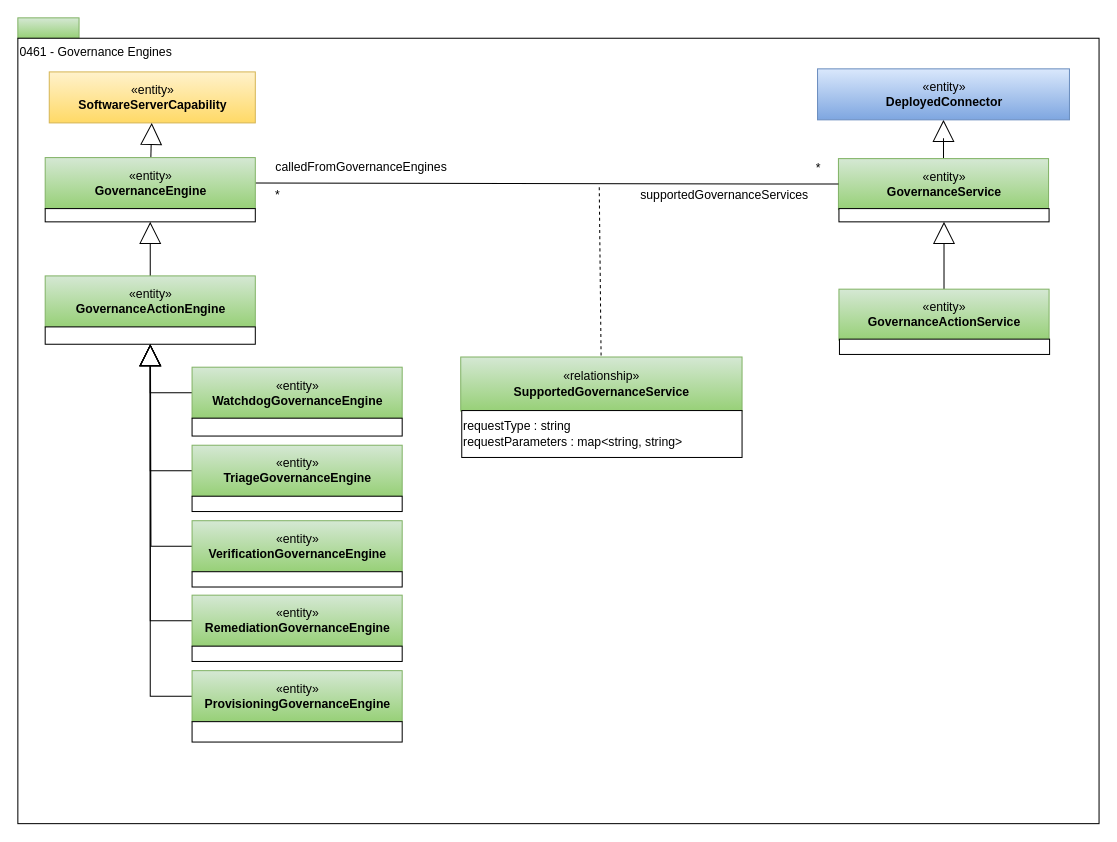
The draw.io diagram page "0461-Governance-Engines" (21 of 28) of open-metadata-publication/website/open-metadata-types/area-4-governance.drawio in odpi/egeria, before the edit. Source tidied: cells renumbered, new cells numbered last; positions are measured from the earlier drawing's top-left corner, leaving out a move shared by most shapes. Both pictures are drawn from the tidied source at 102%, with x=0, y=0 at pixel (17, 17).
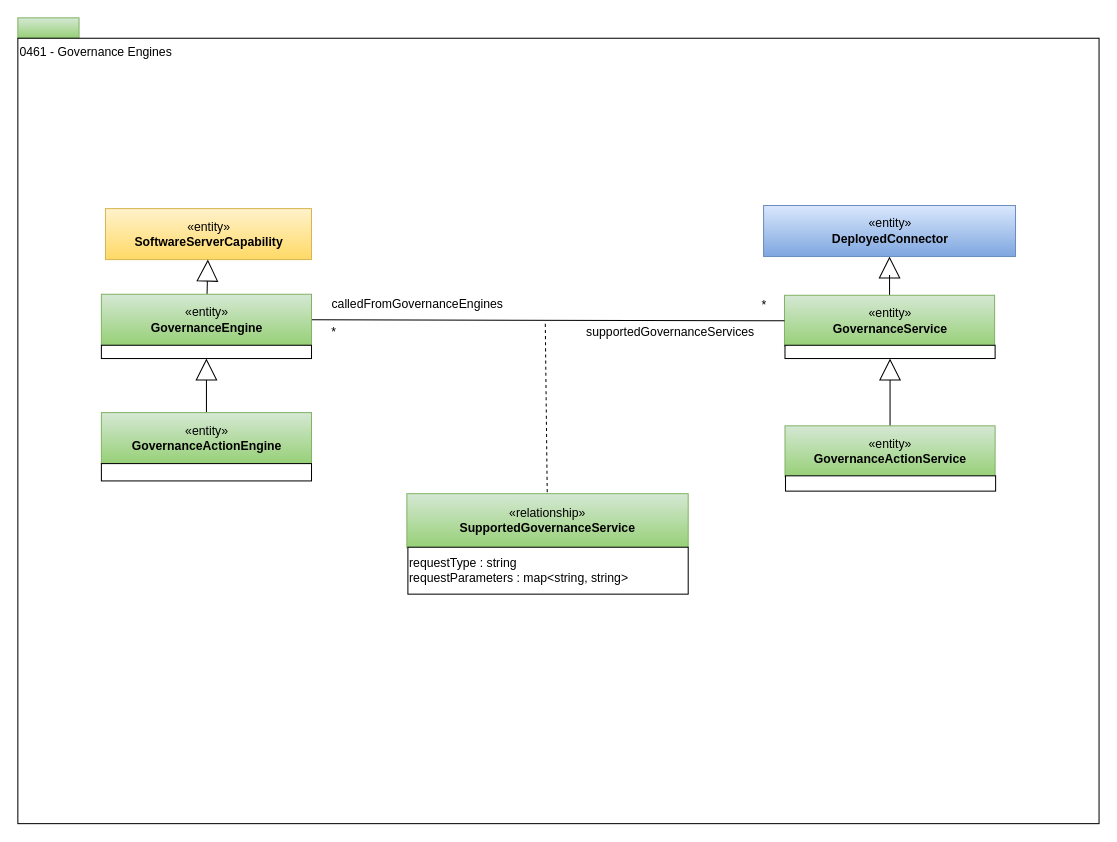
After the change.

Diff of the diagram source:
```diff
@@
     <mxCell id="5" value="«entity»&lt;br&gt;&lt;b&gt;GovernanceActionEngine&lt;/b&gt;" style="html=1;strokeColor=#82b366;align=center;fillColor=#d5e8d4;gradientColor=#97d077;" parent="1" vertex="1">
-      <mxGeometry x="26.8" y="253" width="206" height="50" as="geometry" />
+      <mxGeometry x="81.9" y="387" width="206" height="50" as="geometry" />
     </mxCell>
     <mxCell id="6" style="rounded=0;whiteSpace=wrap;html=1;strokeColor=#000000;gradientColor=#ffffff;align=center;" parent="1" vertex="1">
-      <mxGeometry x="26.8" y="303" width="206" height="17" as="geometry" />
+      <mxGeometry x="81.9" y="437" width="206" height="17" as="geometry" />
     </mxCell>
     <mxCell id="7" value="«entity»&lt;br&gt;&lt;b&gt;SoftwareServerCapability&lt;/b&gt;" style="html=1;strokeColor=#d6b656;align=center;fillColor=#fff2cc;gradientColor=#ffd966;" parent="1" vertex="1">
-      <mxGeometry x="30.8" y="53" width="202" height="50" as="geometry" />
+      <mxGeometry x="85.9" y="187" width="202" height="50" as="geometry" />
     </mxCell>
-    <mxCell id="8" style="edgeStyle=orthogonalEdgeStyle;rounded=0;jettySize=auto;html=1;entryX=0.5;entryY=1;entryDx=0;entryDy=0;exitX=0;exitY=0.5;exitDx=0;exitDy=0;endArrow=block;endFill=0;endSize=19;" parent="1" edge="1" source="9" target="6">
-      <mxGeometry relative="1" as="geometry" />
-    </mxCell>
-    <mxCell id="9" value="«entity»&lt;br&gt;&lt;b&gt;WatchdogGovernanceEngine&lt;/b&gt;" style="html=1;strokeColor=#82b366;align=center;fillColor=#d5e8d4;gradientColor=#97d077;" parent="1" vertex="1">
-      <mxGeometry x="170.8" y="342.5" width="206" height="50" as="geometry" />
-    </mxCell>
-    <mxCell id="10" style="rounded=0;whiteSpace=wrap;html=1;strokeColor=#000000;gradientColor=#ffffff;align=center;" parent="1" vertex="1">
-      <mxGeometry x="170.8" y="392.5" width="206" height="17.5" as="geometry" />
-    </mxCell>
-    <mxCell id="11" style="edgeStyle=orthogonalEdgeStyle;rounded=0;jettySize=auto;html=1;exitX=0;exitY=0.5;exitDx=0;exitDy=0;endArrow=block;endFill=0;endSize=19;" parent="1" edge="1" source="12" target="6">
-      <mxGeometry relative="1" as="geometry" />
-    </mxCell>
-    <mxCell id="12" value="«entity»&lt;br&gt;&lt;b&gt;TriageGovernanceEngine&lt;/b&gt;" style="html=1;strokeColor=#82b366;align=center;fillColor=#d5e8d4;gradientColor=#97d077;" parent="1" vertex="1">
-      <mxGeometry x="170.8" y="419" width="206" height="50" as="geometry" />
-    </mxCell>
-    <mxCell id="13" style="rounded=0;whiteSpace=wrap;html=1;strokeColor=#000000;gradientColor=#ffffff;align=center;" parent="1" vertex="1">
-      <mxGeometry x="170.8" y="469" width="206" height="15" as="geometry" />
-    </mxCell>
-    <mxCell id="14" style="edgeStyle=orthogonalEdgeStyle;rounded=0;jettySize=auto;html=1;exitX=0;exitY=0.5;exitDx=0;exitDy=0;endArrow=block;endFill=0;endSize=19;strokeWidth=1;" parent="1" edge="1" source="15" target="6">
-      <mxGeometry relative="1" as="geometry" />
-    </mxCell>
-    <mxCell id="15" value="«entity»&lt;br&gt;&lt;b&gt;RemediationGovernanceEngine&lt;/b&gt;" style="html=1;strokeColor=#82b366;align=center;fillColor=#d5e8d4;gradientColor=#97d077;" parent="1" vertex="1">
-      <mxGeometry x="170.8" y="566" width="206" height="50" as="geometry" />
-    </mxCell>
-    <mxCell id="16" style="edgeStyle=orthogonalEdgeStyle;rounded=0;jettySize=auto;html=1;exitX=0;exitY=0.5;exitDx=0;exitDy=0;endArrow=block;endFill=0;endSize=19;strokeWidth=1;" parent="1" edge="1" source="17" target="6">
-      <mxGeometry relative="1" as="geometry" />
-    </mxCell>
-    <mxCell id="17" value="«entity»&lt;br&gt;&lt;b&gt;ProvisioningGovernanceEngine&lt;/b&gt;" style="html=1;strokeColor=#82b366;align=center;fillColor=#d5e8d4;gradientColor=#97d077;" parent="1" vertex="1">
-      <mxGeometry x="170.8" y="640" width="206" height="50" as="geometry" />
-    </mxCell>
@@
     <mxCell id="19" value="«entity»&lt;br&gt;&lt;b&gt;GovernanceService&lt;/b&gt;" style="html=1;strokeColor=#82b366;align=center;fillColor=#d5e8d4;gradientColor=#97d077;" parent="1" vertex="1">
-      <mxGeometry x="804.5" y="138" width="206" height="50" as="geometry" />
+      <mxGeometry x="751.6" y="272" width="206" height="50" as="geometry" />
     </mxCell>
     <mxCell id="20" style="rounded=0;whiteSpace=wrap;html=1;strokeColor=#000000;gradientColor=#ffffff;align=left;" parent="1" vertex="1">
-      <mxGeometry x="805" y="187" width="206" height="13" as="geometry" />
+      <mxGeometry x="752.1" y="321" width="206" height="13" as="geometry" />
     </mxCell>
     <mxCell id="21" value="«relationship»&lt;br&gt;&lt;b&gt;SupportedGovernanceService&lt;/b&gt;" style="html=1;strokeColor=#82b366;align=center;fillColor=#d5e8d4;gradientColor=#97d077;" parent="1" vertex="1">
-      <mxGeometry x="434.2" y="332.5" width="275.8" height="53" as="geometry" />
+      <mxGeometry x="381.4" y="466.5" width="275.8" height="53" as="geometry" />
     </mxCell>
     <mxCell id="22" style="endArrow=none;dashed=1;html=1;" parent="1" edge="1" target="21">
       <mxGeometry relative="1" as="geometry">
-        <mxPoint x="570" y="166" as="sourcePoint" />
+        <mxPoint x="517.1" y="300" as="sourcePoint" />
       </mxGeometry>
     </mxCell>
     <mxCell id="23" value="*" style="text;html=1;strokeColor=none;fillColor=none;align=center;verticalAlign=middle;whiteSpace=wrap;rounded=0;" parent="1" vertex="1">
-      <mxGeometry x="234.8" y="163.5" width="40" height="20" as="geometry" />
+      <mxGeometry x="289.9" y="297.5" width="40" height="20" as="geometry" />
     </mxCell>
     <mxCell id="24" value="*" style="text;html=1;strokeColor=none;fillColor=none;align=center;verticalAlign=middle;whiteSpace=wrap;rounded=0;" parent="1" vertex="1">
-      <mxGeometry x="764.5" y="138" width="40" height="20" as="geometry" />
+      <mxGeometry x="711.6" y="272" width="40" height="20" as="geometry" />
     </mxCell>
     <mxCell id="25" value="requestType : string&lt;br&gt;requestParameters : map&amp;lt;string, string&amp;gt;" style="rounded=0;whiteSpace=wrap;html=1;strokeColor=#000000;align=left;fillColor=#ffffff;" parent="1" vertex="1">
-      <mxGeometry x="435.2" y="385" width="274.8" height="46" as="geometry" />
+      <mxGeometry x="382.4" y="519" width="274.8" height="46" as="geometry" />
     </mxCell>
     <mxCell id="26" value="supportedGovernanceServices" style="text;html=1;strokeColor=none;fillColor=none;align=center;verticalAlign=middle;whiteSpace=wrap;rounded=0;" parent="1" vertex="1">
-      <mxGeometry x="620.2" y="163.5" width="146" height="20" as="geometry" />
+      <mxGeometry x="567.4" y="297.5" width="146" height="20" as="geometry" />
     </mxCell>
     <mxCell id="27" value="calledFromGovernanceEngines" style="text;html=1;strokeColor=none;fillColor=none;align=center;verticalAlign=middle;whiteSpace=wrap;rounded=0;" parent="1" vertex="1">
-      <mxGeometry x="250" y="137" width="174" height="20" as="geometry" />
+      <mxGeometry x="305.1" y="271" width="174" height="20" as="geometry" />
     </mxCell>
@@
     <mxCell id="29" value="«entity»&lt;br&gt;&lt;b&gt;DeployedConnector&lt;/b&gt;" style="html=1;strokeColor=#6c8ebf;align=center;fillColor=#dae8fc;gradientColor=#7ea6e0;" parent="1" vertex="1">
-      <mxGeometry x="784" y="50" width="247" height="50" as="geometry" />
+      <mxGeometry x="731.1" y="184" width="247" height="50" as="geometry" />
     </mxCell>
@@
     <mxCell id="31" value="«entity»&lt;br&gt;&lt;b&gt;GovernanceActionService&lt;/b&gt;" style="html=1;strokeColor=#82b366;align=center;fillColor=#d5e8d4;gradientColor=#97d077;" parent="1" vertex="1">
-      <mxGeometry x="805" y="266" width="206" height="50" as="geometry" />
+      <mxGeometry x="752.1" y="400" width="206" height="50" as="geometry" />
     </mxCell>
     <mxCell id="32" style="rounded=0;whiteSpace=wrap;html=1;strokeColor=#000000;gradientColor=#ffffff;align=left;" parent="1" vertex="1">
-      <mxGeometry x="805.5" y="315" width="206" height="15" as="geometry" />
+      <mxGeometry x="752.6" y="449" width="206" height="15" as="geometry" />
     </mxCell>
@@
     <mxCell id="34" value="«entity»&lt;br&gt;&lt;b&gt;GovernanceEngine&lt;/b&gt;" style="html=1;strokeColor=#82b366;align=center;fillColor=#d5e8d4;gradientColor=#97d077;" parent="1" vertex="1">
-      <mxGeometry x="26.8" y="137" width="206" height="50" as="geometry" />
+      <mxGeometry x="81.9" y="271" width="206" height="50" as="geometry" />
     </mxCell>
     <mxCell id="35" style="rounded=0;whiteSpace=wrap;html=1;strokeColor=#000000;gradientColor=#ffffff;align=center;" parent="1" vertex="1">
-      <mxGeometry x="26.8" y="187" width="206" height="13" as="geometry" />
+      <mxGeometry x="81.9" y="321" width="206" height="13" as="geometry" />
     </mxCell>
-    <mxCell id="36" style="rounded=0;whiteSpace=wrap;html=1;strokeColor=#000000;gradientColor=#ffffff;align=center;" parent="1" vertex="1">
-      <mxGeometry x="170.8" y="690" width="206" height="20" as="geometry" />
-    </mxCell>
-    <mxCell id="37" style="edgeStyle=orthogonalEdgeStyle;rounded=0;jettySize=auto;html=1;exitX=0;exitY=0.5;exitDx=0;exitDy=0;endArrow=block;endFill=0;endSize=19;strokeWidth=1;" parent="1" edge="1" source="38">
-      <mxGeometry relative="1" as="geometry">
-        <mxPoint x="130" y="320" as="targetPoint" />
-      </mxGeometry>
-    </mxCell>
-    <mxCell id="38" value="«entity»&lt;br&gt;&lt;b&gt;VerificationGovernanceEngine&lt;/b&gt;" style="html=1;strokeColor=#82b366;align=center;fillColor=#d5e8d4;gradientColor=#97d077;" parent="1" vertex="1">
-      <mxGeometry x="170.8" y="493" width="206" height="50" as="geometry" />
-    </mxCell>
-    <mxCell id="39" style="rounded=0;whiteSpace=wrap;html=1;strokeColor=#000000;gradientColor=#ffffff;align=center;" parent="1" vertex="1">
-      <mxGeometry x="170.8" y="543" width="206" height="15" as="geometry" />
-    </mxCell>
-    <mxCell id="40" style="rounded=0;whiteSpace=wrap;html=1;strokeColor=#000000;gradientColor=#ffffff;align=center;" parent="1" vertex="1">
-      <mxGeometry x="170.8" y="616" width="206" height="15" as="geometry" />
-    </mxCell>
```
